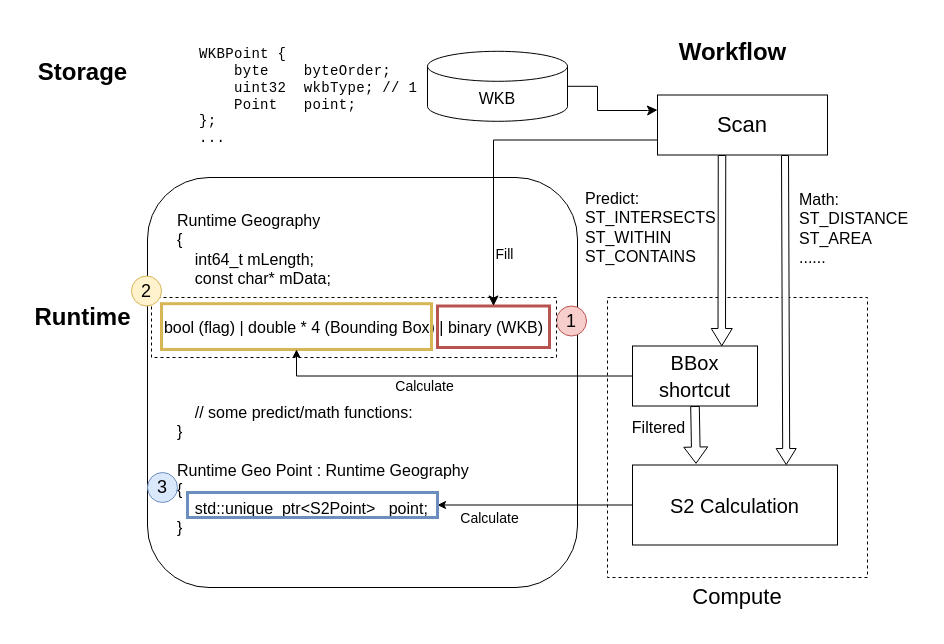
Above: page "Page-1" (1 of 4) of geofuncs.drawio in shinyano/drawio (draw.io), before the change. Source tidied: cells renumbered, new cells numbered last; positions are measured from the earlier drawing's top-left corner, leaving out a move shared by most shapes. Both pictures are drawn from the tidied source at 100%, with x=0, y=0 at pixel (17, 17).
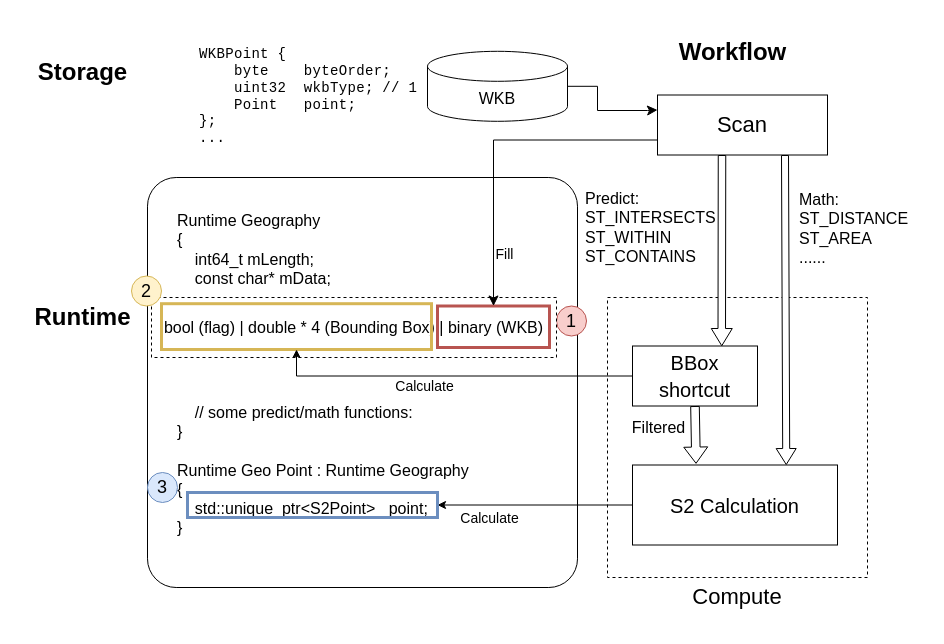
Above is the later version.

Diff of the diagram source:
```diff
@@
-    <mxCell id="2" style="rounded=0;whiteSpace=wrap;html=1;fillColor=none;strokeColor=none;" parent="1" vertex="1">
-      <mxGeometry width="910" height="610" as="geometry" />
-    </mxCell>
+    <mxCell id="34" style="rounded=0;whiteSpace=wrap;html=1;glass=0;strokeColor=none;" parent="1" vertex="1">
+      <mxGeometry y="5" width="900" height="595" as="geometry" />
+    </mxCell>
@@
-    <mxCell id="5" value="&lt;div&gt;&lt;br&gt;&lt;/div&gt;&lt;div&gt;Runtime Geography&lt;br&gt;&lt;/div&gt;&lt;div&gt;&lt;font&gt;{&lt;/font&gt;&lt;/div&gt;&lt;div&gt;&amp;nbsp; &amp;nbsp; &lt;font&gt;&lt;span style=&quot;white-space: pre;&quot;&gt;int64_t mLength;&lt;br&gt;    const char* mData;&lt;/span&gt;&lt;/font&gt;&lt;/div&gt;&lt;div&gt;&lt;font&gt;&lt;span style=&quot;white-space: pre;&quot;&gt;&lt;br&gt;&lt;/span&gt;&lt;/font&gt;&lt;/div&gt;&lt;div&gt;&lt;font&gt;&lt;span style=&quot;white-space: pre;&quot;&gt;&lt;br&gt;&lt;/span&gt;&lt;/font&gt;&lt;/div&gt;&lt;div&gt;&lt;br&gt;&lt;/div&gt;&lt;div&gt;&lt;br&gt;&lt;/div&gt;&lt;div&gt;&lt;br&gt;&lt;/div&gt;&lt;div&gt;&lt;span style=&quot;white-space: pre;&quot;&gt;&amp;nbsp;   &lt;/span&gt;&lt;/div&gt;&lt;div&gt;&lt;span style=&quot;white-space: pre;&quot;&gt;    // some predict/math functions:&lt;/span&gt;&lt;/div&gt;&lt;div&gt;&lt;font&gt;}&lt;/font&gt;&lt;/div&gt;&lt;div&gt;&lt;font&gt;&lt;div&gt;&lt;br&gt;&lt;/div&gt;&lt;/font&gt;&lt;/div&gt;&lt;div&gt;Runtime Geo Point : Runtime Geography&lt;/div&gt;&lt;div&gt;{&lt;/div&gt;&lt;div&gt;&amp;nbsp; &amp;nbsp; std::unique_ptr&amp;lt;S2Point&amp;gt; _point;&lt;/div&gt;&lt;div&gt;}&lt;/div&gt;&lt;div&gt;&lt;br&gt;&lt;/div&gt;" style="rounded=1;whiteSpace=wrap;html=1;fontSize=16;spacing=0;verticalAlign=top;align=left;spacingTop=10;spacingLeft=30;" parent="1" vertex="1">
+    <mxCell id="5" value="&lt;div&gt;&lt;br&gt;&lt;/div&gt;&lt;div&gt;Runtime Geography&lt;br&gt;&lt;/div&gt;&lt;div&gt;&lt;font&gt;{&lt;/font&gt;&lt;/div&gt;&lt;div&gt;&amp;nbsp; &amp;nbsp; &lt;font&gt;&lt;span style=&quot;white-space: pre;&quot;&gt;int64_t mLength;&lt;br&gt;    const char* mData;&lt;/span&gt;&lt;/font&gt;&lt;/div&gt;&lt;div&gt;&lt;font&gt;&lt;span style=&quot;white-space: pre;&quot;&gt;&lt;br&gt;&lt;/span&gt;&lt;/font&gt;&lt;/div&gt;&lt;div&gt;&lt;font&gt;&lt;span style=&quot;white-space: pre;&quot;&gt;&lt;br&gt;&lt;/span&gt;&lt;/font&gt;&lt;/div&gt;&lt;div&gt;&lt;br&gt;&lt;/div&gt;&lt;div&gt;&lt;br&gt;&lt;/div&gt;&lt;div&gt;&lt;br&gt;&lt;/div&gt;&lt;div&gt;&lt;span style=&quot;white-space: pre;&quot;&gt;&amp;nbsp;   &lt;/span&gt;&lt;/div&gt;&lt;div&gt;&lt;span style=&quot;white-space: pre;&quot;&gt;    // some predict/math functions:&lt;/span&gt;&lt;/div&gt;&lt;div&gt;&lt;font&gt;}&lt;/font&gt;&lt;/div&gt;&lt;div&gt;&lt;font&gt;&lt;div&gt;&lt;br&gt;&lt;/div&gt;&lt;/font&gt;&lt;/div&gt;&lt;div&gt;Runtime Geo Point : Runtime Geography&lt;/div&gt;&lt;div&gt;{&lt;/div&gt;&lt;div&gt;&amp;nbsp; &amp;nbsp; std::unique_ptr&amp;lt;S2Point&amp;gt; _point;&lt;/div&gt;&lt;div&gt;}&lt;/div&gt;&lt;div&gt;&lt;br&gt;&lt;/div&gt;" style="rounded=1;whiteSpace=wrap;html=1;fontSize=16;spacing=0;verticalAlign=top;align=left;spacingTop=10;spacingLeft=30;gradientColor=none;glass=0;arcSize=7;" parent="1" vertex="1">
       <mxGeometry x="130" y="160" width="430" height="410" as="geometry" />
     </mxCell>
```
